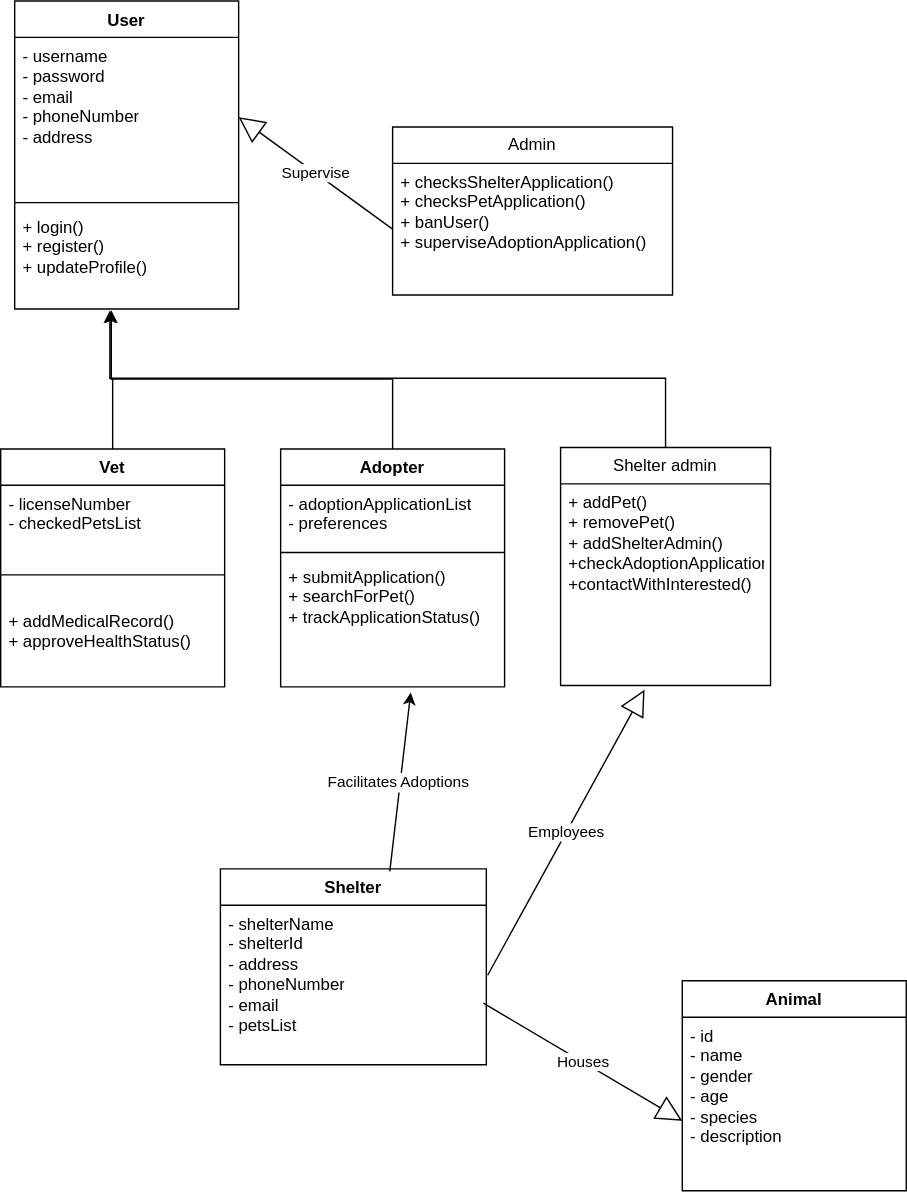
The draw.io diagram ClassDiagram.svg in Thomaskald/DistributedSystems, before a commit. Source tidied: cells renumbered, new cells last; positions are measured from the earlier drawing's top-left corner, leaving out a move shared by most shapes.
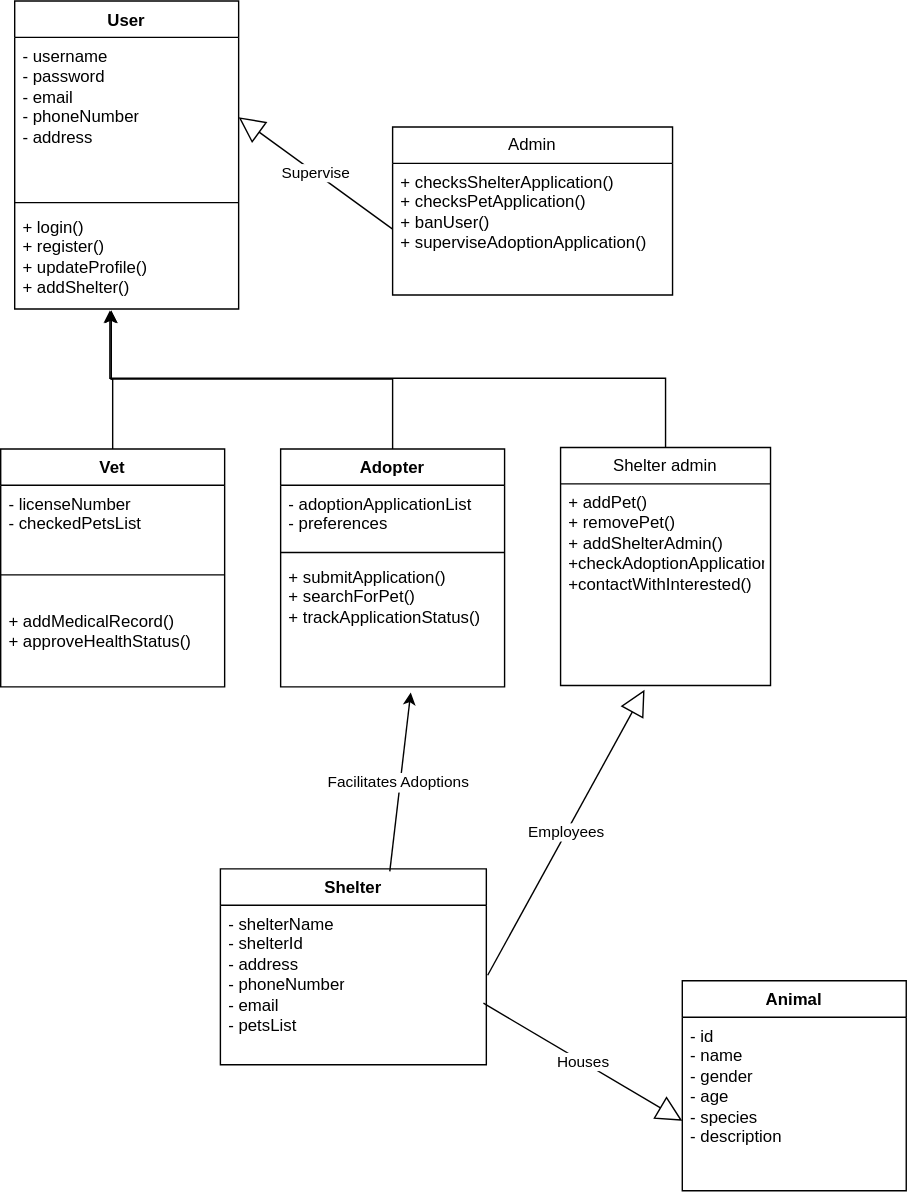
After the commit.

Diff of the diagram source:
```diff
@@ -11,7 +11,7 @@
     <mxCell id="4" style="line;strokeWidth=1;fillColor=none;align=left;verticalAlign=middle;spacingTop=-1;spacingLeft=3;spacingRight=3;labelPosition=right;strokeColor=inherit;" parent="2" vertex="1">
       <mxGeometry y="140" width="160" height="8" as="geometry" />
     </mxCell>
-    <mxCell id="5" value="+ login()&lt;div&gt;+ register()&lt;/div&gt;&lt;div&gt;+ updateProfile()&lt;/div&gt;" style="text;strokeColor=none;fillColor=none;align=left;verticalAlign=top;spacingLeft=4;spacingRight=4;overflow=hidden;points=[[0,0.5],[1,0.5]];portConstraint=eastwest;whiteSpace=wrap;html=1;" parent="2" vertex="1">
+    <mxCell id="5" value="+ login()&lt;div&gt;+ register()&lt;/div&gt;&lt;div&gt;+ updateProfile()&lt;/div&gt;&lt;div&gt;+ addShelter()&lt;/div&gt;" style="text;strokeColor=none;fillColor=none;align=left;verticalAlign=top;spacingLeft=4;spacingRight=4;overflow=hidden;points=[[0,0.5],[1,0.5]];portConstraint=eastwest;whiteSpace=wrap;html=1;" parent="2" vertex="1">
       <mxGeometry y="148" width="160" height="72" as="geometry" />
     </mxCell>
     <mxCell id="6" value="Admin" style="swimlane;fontStyle=0;horizontal=1;startSize=26;fillColor=none;whiteSpace=wrap;html=1;" parent="1" vertex="1">
```
